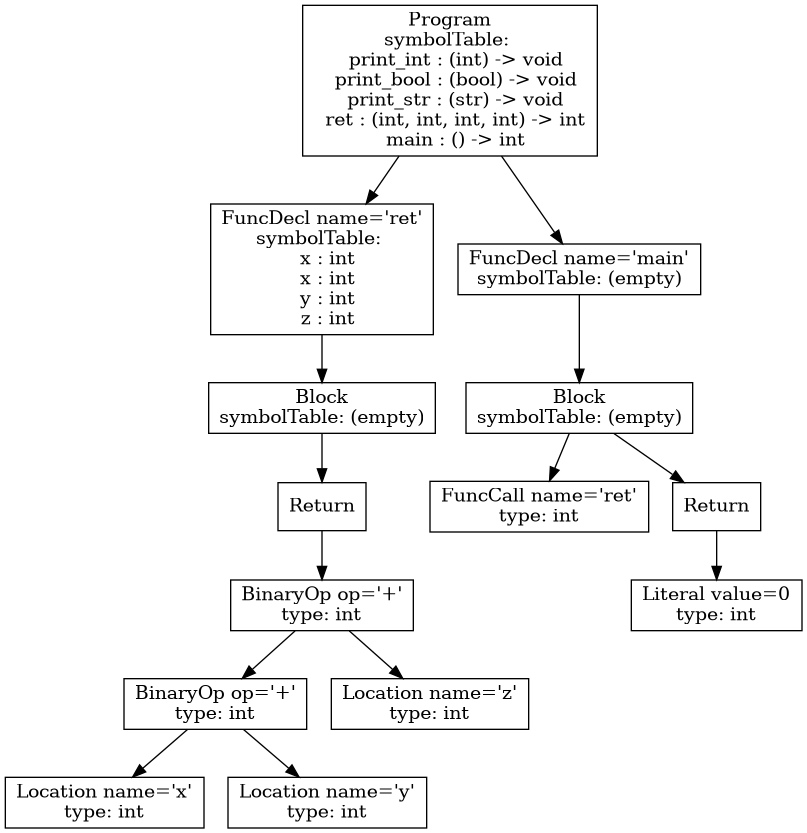
atrim11/CS432 keeps this Graphviz diagram as p3-analysis/tree.png. Above is the earlier version. Its source is kept beside it as p3-analysis/tree.dot. Source of this version:
```dot
digraph AST {
6 [shape=box, label="Location name='x'\ntype: int"];
7 [shape=box, label="Location name='y'\ntype: int"];
5 [shape=box, label="BinaryOp op='+'\ntype: int"];
5 -> 6;
5 -> 7;
8 [shape=box, label="Location name='z'\ntype: int"];
4 [shape=box, label="BinaryOp op='+'\ntype: int"];
4 -> 5;
4 -> 8;
3 [shape=box, label="Return"];
3 -> 4;
2 [shape=box, label="Block\nsymbolTable: (empty)"];
2 -> 3;
1 [shape=box, label="FuncDecl name='ret'\nsymbolTable: \n  x : int\n  x : int\n  y : int\n  z : int"];
1 -> 2;
11 [shape=box, label="FuncCall name='ret'\ntype: int"];
13 [shape=box, label="Literal value=0\ntype: int"];
12 [shape=box, label="Return"];
12 -> 13;
10 [shape=box, label="Block\nsymbolTable: (empty)"];
10 -> 11;
10 -> 12;
9 [shape=box, label="FuncDecl name='main'\nsymbolTable: (empty)"];
9 -> 10;
0 [shape=box, label="Program\nsymbolTable: \n  print_int : (int) -> void\n  print_bool : (bool) -> void\n  print_str : (str) -> void\n  ret : (int, int, int, int) -> int\n  main : () -> int"];
0 -> 1;
0 -> 9;
}
```
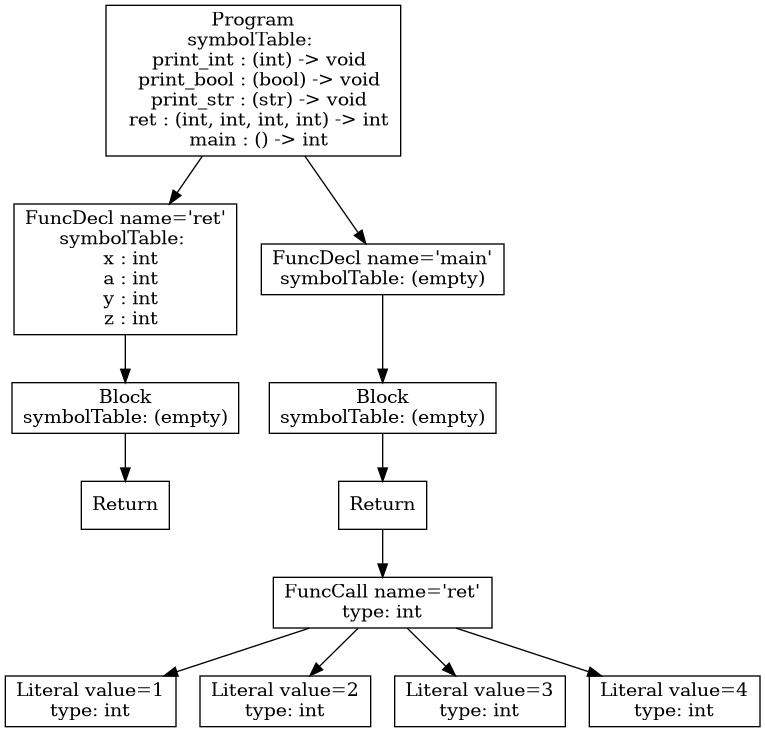
Later version of the same file.

Change to the diagram source:
```diff
@@ -1,29 +1,25 @@
 digraph AST {
-6 [shape=box, label="Location name='x'\ntype: int"];
-7 [shape=box, label="Location name='y'\ntype: int"];
-5 [shape=box, label="BinaryOp op='+'\ntype: int"];
-5 -> 6;
-5 -> 7;
-8 [shape=box, label="Location name='z'\ntype: int"];
-4 [shape=box, label="BinaryOp op='+'\ntype: int"];
-4 -> 5;
-4 -> 8;
 3 [shape=box, label="Return"];
-3 -> 4;
 2 [shape=box, label="Block\nsymbolTable: (empty)"];
 2 -> 3;
-1 [shape=box, label="FuncDecl name='ret'\nsymbolTable: \n  x : int\n  x : int\n  y : int\n  z : int"];
+1 [shape=box, label="FuncDecl name='ret'\nsymbolTable: \n  x : int\n  a : int\n  y : int\n  z : int"];
 1 -> 2;
-11 [shape=box, label="FuncCall name='ret'\ntype: int"];
-13 [shape=box, label="Literal value=0\ntype: int"];
-12 [shape=box, label="Return"];
-12 -> 13;
-10 [shape=box, label="Block\nsymbolTable: (empty)"];
-10 -> 11;
-10 -> 12;
-9 [shape=box, label="FuncDecl name='main'\nsymbolTable: (empty)"];
-9 -> 10;
+8 [shape=box, label="Literal value=1\ntype: int"];
+9 [shape=box, label="Literal value=2\ntype: int"];
+10 [shape=box, label="Literal value=3\ntype: int"];
+11 [shape=box, label="Literal value=4\ntype: int"];
+7 [shape=box, label="FuncCall name='ret'\ntype: int"];
+7 -> 8;
+7 -> 9;
+7 -> 10;
+7 -> 11;
+6 [shape=box, label="Return"];
+6 -> 7;
+5 [shape=box, label="Block\nsymbolTable: (empty)"];
+5 -> 6;
+4 [shape=box, label="FuncDecl name='main'\nsymbolTable: (empty)"];
+4 -> 5;
 0 [shape=box, label="Program\nsymbolTable: \n  print_int : (int) -> void\n  print_bool : (bool) -> void\n  print_str : (str) -> void\n  ret : (int, int, int, int) -> int\n  main : () -> int"];
 0 -> 1;
-0 -> 9;
+0 -> 4;
 }
```
